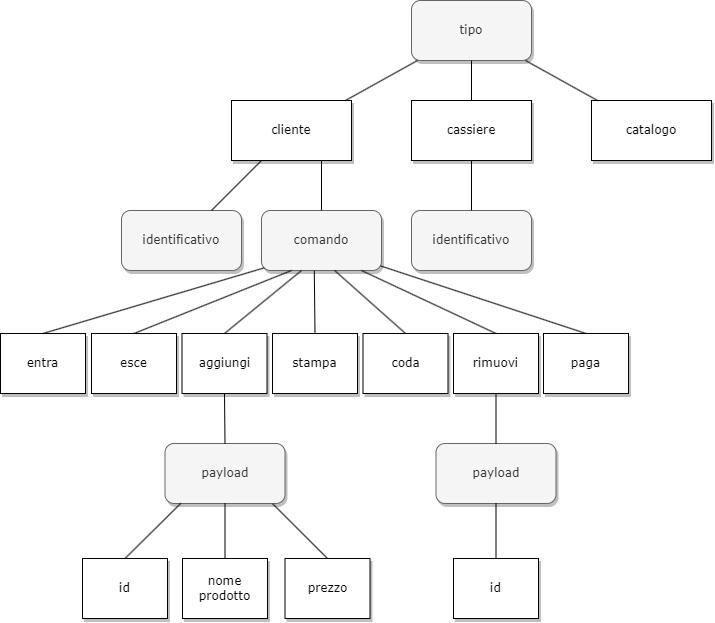
Above: Documentazione/images/parser.png in davide-dipierro/Progetto-Laboratorio-di-Sistemi-Operativi (draw.io), before the change. Source tidied: cells renumbered, new cells last; positions are measured from the earlier drawing's top-left corner, leaving out a move shared by most shapes.
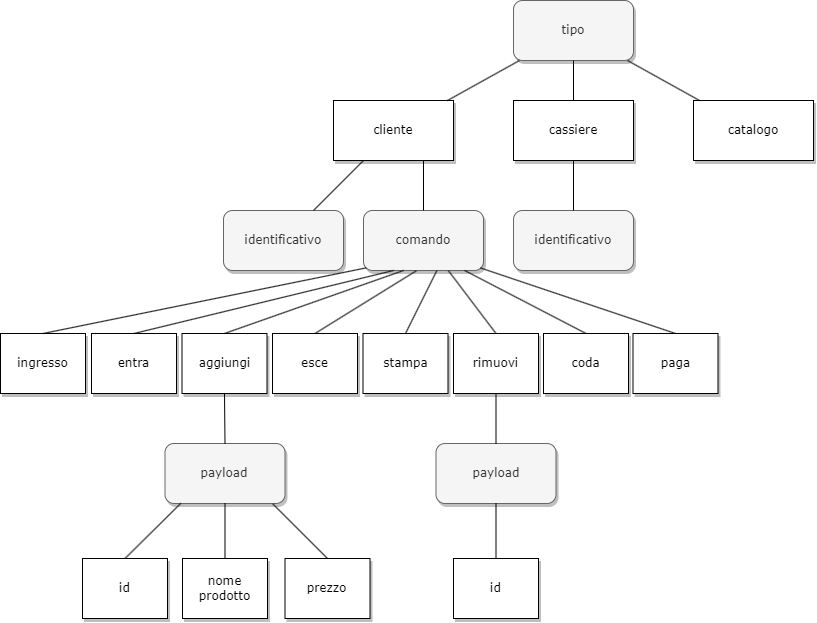
After the change.

What changed in the source:
```diff
@@ -3,13 +3,13 @@
     <mxCell id="0" />
     <mxCell id="1" parent="0" />
     <mxCell id="2" value="tipo" style="whiteSpace=wrap;html=1;rounded=1;shadow=1;labelBackgroundColor=none;strokeWidth=1;fontFamily=Verdana;fontSize=12;align=center;fillColor=#f5f5f5;strokeColor=#666666;fontColor=#333333;glass=0;" parent="1" vertex="1">
-      <mxGeometry x="411" width="120" height="60" as="geometry" />
+      <mxGeometry x="513" width="120" height="60" as="geometry" />
     </mxCell>
     <mxCell id="3" value="&lt;span&gt;cliente&lt;/span&gt;" style="whiteSpace=wrap;html=1;rounded=0;shadow=1;labelBackgroundColor=none;strokeWidth=1;fontFamily=Verdana;fontSize=12;align=center;glass=0;gradientColor=none;" parent="1" vertex="1">
-      <mxGeometry x="231" y="100" width="120" height="60" as="geometry" />
+      <mxGeometry x="333" y="100" width="120" height="60" as="geometry" />
     </mxCell>
     <mxCell id="4" value="&lt;span&gt;cassiere&lt;/span&gt;" style="whiteSpace=wrap;html=1;rounded=0;shadow=1;labelBackgroundColor=none;strokeWidth=1;fontFamily=Verdana;fontSize=12;align=center;" parent="1" vertex="1">
-      <mxGeometry x="411" y="100" width="120" height="60" as="geometry" />
+      <mxGeometry x="513" y="100" width="120" height="60" as="geometry" />
     </mxCell>
     <mxCell id="5" style="rounded=0;html=1;labelBackgroundColor=none;startArrow=none;startFill=0;startSize=5;endArrow=none;endFill=0;endSize=5;jettySize=auto;strokeWidth=1;fontFamily=Verdana;fontSize=12;" parent="1" edge="1" source="2" target="4">
       <mxGeometry x="-0.3" y="13" relative="1" as="geometry" />
@@ -18,30 +18,30 @@
       <mxGeometry x="-0.36" y="-11" relative="1" as="geometry" />
     </mxCell>
     <mxCell id="7" value="&lt;span&gt;identificativo&lt;/span&gt;" style="whiteSpace=wrap;html=1;rounded=1;shadow=1;labelBackgroundColor=none;strokeWidth=1;fontFamily=Verdana;fontSize=12;align=center;fillColor=#f5f5f5;strokeColor=#666666;fontColor=#333333;glass=0;" parent="1" vertex="1">
-      <mxGeometry x="121" y="210" width="120" height="60" as="geometry" />
+      <mxGeometry x="223" y="210" width="120" height="60" as="geometry" />
     </mxCell>
     <mxCell id="8" style="rounded=0;html=1;labelBackgroundColor=none;startArrow=none;startFill=0;startSize=5;endArrow=none;endFill=0;endSize=5;jettySize=auto;strokeWidth=1;fontFamily=Verdana;fontSize=12;" parent="1" edge="1" source="3" target="7">
       <mxGeometry x="-0.2" y="-14" relative="1" as="geometry" />
     </mxCell>
     <mxCell id="9" value="&lt;span&gt;catalogo&lt;/span&gt;" style="whiteSpace=wrap;html=1;rounded=0;shadow=1;labelBackgroundColor=none;strokeWidth=1;fontFamily=Verdana;fontSize=12;align=center;" parent="1" vertex="1">
-      <mxGeometry x="591" y="100" width="120" height="60" as="geometry" />
+      <mxGeometry x="693" y="100" width="120" height="60" as="geometry" />
     </mxCell>
     <mxCell id="10" style="rounded=0;html=1;labelBackgroundColor=none;startArrow=none;startFill=0;startSize=5;endArrow=none;endFill=0;endSize=5;jettySize=auto;strokeWidth=1;fontFamily=Verdana;fontSize=12;" parent="1" edge="1" source="2" target="9">
       <mxGeometry x="-0.3" y="13" relative="1" as="geometry" />
     </mxCell>
     <mxCell id="11" value="&lt;span&gt;comando&lt;/span&gt;" style="whiteSpace=wrap;html=1;rounded=1;shadow=1;labelBackgroundColor=none;strokeWidth=1;fontFamily=Verdana;fontSize=12;align=center;fillColor=#f5f5f5;strokeColor=#666666;fontColor=#333333;glass=0;" parent="1" vertex="1">
-      <mxGeometry x="261" y="210" width="120" height="60" as="geometry" />
+      <mxGeometry x="363" y="210" width="120" height="60" as="geometry" />
     </mxCell>
     <mxCell id="12" style="rounded=0;html=1;labelBackgroundColor=none;startArrow=none;startFill=0;startSize=5;endArrow=none;endFill=0;endSize=5;jettySize=auto;strokeWidth=1;fontFamily=Verdana;fontSize=12;exitX=0.75;exitY=1;exitDx=0;exitDy=0;entryX=0.5;entryY=0;entryDx=0;entryDy=0;" parent="1" edge="1" source="3" target="11">
       <mxGeometry x="-0.2" y="-14" relative="1" as="geometry" />
     </mxCell>
     <mxCell id="13" value="&lt;span&gt;identificativo&lt;/span&gt;" style="whiteSpace=wrap;html=1;rounded=1;shadow=1;labelBackgroundColor=none;strokeWidth=1;fontFamily=Verdana;fontSize=12;align=center;fillColor=#f5f5f5;strokeColor=#666666;fontColor=#333333;glass=0;" parent="1" vertex="1">
-      <mxGeometry x="411" y="210" width="120" height="60" as="geometry" />
+      <mxGeometry x="513" y="210" width="120" height="60" as="geometry" />
     </mxCell>
     <mxCell id="14" style="rounded=0;html=1;labelBackgroundColor=none;startArrow=none;startFill=0;startSize=5;endArrow=none;endFill=0;endSize=5;jettySize=auto;strokeWidth=1;fontFamily=Verdana;fontSize=12;entryX=0.5;entryY=0;entryDx=0;entryDy=0;exitX=0.5;exitY=1;exitDx=0;exitDy=0;" parent="1" edge="1" source="4" target="13">
       <mxGeometry x="-0.2" y="-14" relative="1" as="geometry" />
     </mxCell>
-    <mxCell id="15" value="&lt;span&gt;entra&lt;/span&gt;" style="whiteSpace=wrap;html=1;rounded=0;shadow=1;labelBackgroundColor=none;strokeWidth=1;fontFamily=Verdana;fontSize=12;align=center;" parent="1" vertex="1">
+    <mxCell id="15" value="&lt;span&gt;ingresso&lt;/span&gt;" style="whiteSpace=wrap;html=1;rounded=0;shadow=1;labelBackgroundColor=none;strokeWidth=1;fontFamily=Verdana;fontSize=12;align=center;" parent="1" vertex="1">
       <mxGeometry y="333" width="85" height="60" as="geometry" />
     </mxCell>
     <mxCell id="16" style="rounded=0;html=1;labelBackgroundColor=none;startArrow=none;startFill=0;startSize=5;endArrow=none;endFill=0;endSize=5;jettySize=auto;strokeWidth=1;fontFamily=Verdana;fontSize=12;entryX=0.5;entryY=0;entryDx=0;entryDy=0;exitX=0.023;exitY=0.956;exitDx=0;exitDy=0;exitPerimeter=0;" parent="1" edge="1" source="11" target="15">
@@ -50,12 +50,12 @@
     <mxCell id="17" style="rounded=0;html=1;labelBackgroundColor=none;startArrow=none;startFill=0;startSize=5;endArrow=none;endFill=0;endSize=5;jettySize=auto;strokeWidth=1;fontFamily=Verdana;fontSize=12;exitX=0.25;exitY=1;exitDx=0;exitDy=0;entryX=0.5;entryY=0;entryDx=0;entryDy=0;" parent="1" edge="1" source="11" target="18">
       <mxGeometry x="-0.2" y="-14" relative="1" as="geometry" />
     </mxCell>
-    <mxCell id="18" value="&lt;span&gt;esce&lt;/span&gt;" style="whiteSpace=wrap;html=1;rounded=0;shadow=1;labelBackgroundColor=none;strokeWidth=1;fontFamily=Verdana;fontSize=12;align=center;" parent="1" vertex="1">
+    <mxCell id="18" value="&lt;span&gt;entra&lt;/span&gt;" style="whiteSpace=wrap;html=1;rounded=0;shadow=1;labelBackgroundColor=none;strokeWidth=1;fontFamily=Verdana;fontSize=12;align=center;" parent="1" vertex="1">
       <mxGeometry x="91" y="333" width="85" height="60" as="geometry" />
     </mxCell>
     <mxCell id="19" style="rounded=0;html=1;labelBackgroundColor=none;startArrow=none;startFill=0;startSize=5;endArrow=none;endFill=0;endSize=5;jettySize=auto;strokeWidth=1;fontFamily=Verdana;fontSize=12;entryX=0.5;entryY=0;entryDx=0;entryDy=0;" parent="1" edge="1" target="20">
       <mxGeometry x="-0.2" y="-14" relative="1" as="geometry">
-        <mxPoint x="301" y="270" as="sourcePoint" />
+        <mxPoint x="403" y="270" as="sourcePoint" />
       </mxGeometry>
     </mxCell>
     <mxCell id="20" value="&lt;span&gt;aggiungi&lt;/span&gt;" style="whiteSpace=wrap;html=1;rounded=0;shadow=1;labelBackgroundColor=none;strokeWidth=1;fontFamily=Verdana;fontSize=12;align=center;" parent="1" vertex="1">
@@ -70,7 +70,7 @@
     <mxCell id="23" style="rounded=0;html=1;labelBackgroundColor=none;startArrow=none;startFill=0;startSize=5;endArrow=none;endFill=0;endSize=5;jettySize=auto;strokeWidth=1;fontFamily=Verdana;fontSize=12;entryX=0.5;entryY=0;entryDx=0;entryDy=0;exitX=0.44;exitY=1.005;exitDx=0;exitDy=0;exitPerimeter=0;" parent="1" edge="1" source="11" target="24">
       <mxGeometry x="-0.2" y="-14" relative="1" as="geometry" />
     </mxCell>
-    <mxCell id="24" value="&lt;span&gt;stampa&lt;/span&gt;" style="whiteSpace=wrap;html=1;rounded=0;shadow=1;labelBackgroundColor=none;strokeWidth=1;fontFamily=Verdana;fontSize=12;align=center;" parent="1" vertex="1">
+    <mxCell id="24" value="&lt;span&gt;esce&lt;/span&gt;" style="whiteSpace=wrap;html=1;rounded=0;shadow=1;labelBackgroundColor=none;strokeWidth=1;fontFamily=Verdana;fontSize=12;align=center;" parent="1" vertex="1">
       <mxGeometry x="272" y="333" width="85" height="60" as="geometry" />
     </mxCell>
     <mxCell id="25" style="rounded=0;html=1;labelBackgroundColor=none;startArrow=none;startFill=0;startSize=5;endArrow=none;endFill=0;endSize=5;jettySize=auto;strokeWidth=1;fontFamily=Verdana;fontSize=12;entryX=0.5;entryY=0;entryDx=0;entryDy=0;exitX=0.132;exitY=0.997;exitDx=0;exitDy=0;exitPerimeter=0;" parent="1" edge="1" source="21" target="26">
@@ -94,21 +94,19 @@
     <mxCell id="31" style="rounded=0;html=1;labelBackgroundColor=none;startArrow=none;startFill=0;startSize=5;endArrow=none;endFill=0;endSize=5;jettySize=auto;strokeWidth=1;fontFamily=Verdana;fontSize=12;entryX=0.5;entryY=0;entryDx=0;entryDy=0;exitX=0.611;exitY=1.002;exitDx=0;exitDy=0;exitPerimeter=0;" parent="1" edge="1" source="11" target="32">
       <mxGeometry x="-0.2" y="-14" relative="1" as="geometry" />
     </mxCell>
-    <mxCell id="32" value="&lt;span&gt;coda&lt;/span&gt;" style="whiteSpace=wrap;html=1;rounded=0;shadow=1;labelBackgroundColor=none;strokeWidth=1;fontFamily=Verdana;fontSize=12;align=center;" parent="1" vertex="1">
+    <mxCell id="32" value="&lt;span&gt;stampa&lt;/span&gt;" style="whiteSpace=wrap;html=1;rounded=0;shadow=1;labelBackgroundColor=none;strokeWidth=1;fontFamily=Verdana;fontSize=12;align=center;" parent="1" vertex="1">
       <mxGeometry x="362.5" y="333" width="85" height="60" as="geometry" />
     </mxCell>
-    <mxCell id="33" style="rounded=0;html=1;labelBackgroundColor=none;startArrow=none;startFill=0;startSize=5;endArrow=none;endFill=0;endSize=5;jettySize=auto;strokeWidth=1;fontFamily=Verdana;fontSize=12;entryX=0.5;entryY=0;entryDx=0;entryDy=0;" parent="1" edge="1" target="34">
-      <mxGeometry x="-0.2" y="-14" relative="1" as="geometry">
-        <mxPoint x="361" y="270" as="sourcePoint" />
-      </mxGeometry>
+    <mxCell id="33" style="rounded=0;html=1;labelBackgroundColor=none;startArrow=none;startFill=0;startSize=5;endArrow=none;endFill=0;endSize=5;jettySize=auto;strokeWidth=1;fontFamily=Verdana;fontSize=12;entryX=0.5;entryY=0;entryDx=0;entryDy=0;exitX=0.708;exitY=1.004;exitDx=0;exitDy=0;exitPerimeter=0;" parent="1" edge="1" source="11" target="34">
+      <mxGeometry x="-0.2" y="-14" relative="1" as="geometry" />
     </mxCell>
     <mxCell id="34" value="&lt;span&gt;rimuovi&lt;/span&gt;" style="whiteSpace=wrap;html=1;rounded=0;shadow=1;labelBackgroundColor=none;strokeWidth=1;fontFamily=Verdana;fontSize=12;align=center;" parent="1" vertex="1">
       <mxGeometry x="453" y="333" width="85" height="60" as="geometry" />
     </mxCell>
-    <mxCell id="35" style="rounded=0;html=1;labelBackgroundColor=none;startArrow=none;startFill=0;startSize=5;endArrow=none;endFill=0;endSize=5;jettySize=auto;strokeWidth=1;fontFamily=Verdana;fontSize=12;entryX=0.5;entryY=0;entryDx=0;entryDy=0;exitX=0.994;exitY=0.925;exitDx=0;exitDy=0;exitPerimeter=0;" parent="1" edge="1" source="11" target="36">
+    <mxCell id="35" style="rounded=0;html=1;labelBackgroundColor=none;startArrow=none;startFill=0;startSize=5;endArrow=none;endFill=0;endSize=5;jettySize=auto;strokeWidth=1;fontFamily=Verdana;fontSize=12;entryX=0.5;entryY=0;entryDx=0;entryDy=0;exitX=0.843;exitY=1;exitDx=0;exitDy=0;exitPerimeter=0;" parent="1" edge="1" source="11" target="36">
       <mxGeometry x="-0.2" y="-14" relative="1" as="geometry" />
     </mxCell>
-    <mxCell id="36" value="&lt;span&gt;paga&lt;/span&gt;" style="whiteSpace=wrap;html=1;rounded=0;shadow=1;labelBackgroundColor=none;strokeWidth=1;fontFamily=Verdana;fontSize=12;align=center;" parent="1" vertex="1">
+    <mxCell id="36" value="coda" style="whiteSpace=wrap;html=1;rounded=0;shadow=1;labelBackgroundColor=none;strokeWidth=1;fontFamily=Verdana;fontSize=12;align=center;" parent="1" vertex="1">
       <mxGeometry x="543" y="333" width="85" height="60" as="geometry" />
     </mxCell>
     <mxCell id="37" value="&lt;span&gt;payload&lt;/span&gt;" style="whiteSpace=wrap;html=1;rounded=1;shadow=1;labelBackgroundColor=none;strokeWidth=1;fontFamily=Verdana;fontSize=12;align=center;fillColor=#f5f5f5;strokeColor=#666666;fontColor=#333333;glass=0;" parent="1" vertex="1">
@@ -123,5 +121,11 @@
     <mxCell id="40" style="rounded=0;html=1;labelBackgroundColor=none;startArrow=none;startFill=0;startSize=5;endArrow=none;endFill=0;endSize=5;jettySize=auto;strokeWidth=1;fontFamily=Verdana;fontSize=12;exitX=0.5;exitY=1;exitDx=0;exitDy=0;entryX=0.5;entryY=0;entryDx=0;entryDy=0;" parent="1" edge="1" source="34" target="37">
       <mxGeometry x="-0.2" y="-14" relative="1" as="geometry" />
     </mxCell>
+    <mxCell id="41" style="rounded=0;html=1;labelBackgroundColor=none;startArrow=none;startFill=0;startSize=5;endArrow=none;endFill=0;endSize=5;jettySize=auto;strokeWidth=1;fontFamily=Verdana;fontSize=12;entryX=0.5;entryY=0;entryDx=0;entryDy=0;exitX=0.974;exitY=0.957;exitDx=0;exitDy=0;exitPerimeter=0;" parent="1" edge="1" source="11" target="42">
+      <mxGeometry x="-0.2" y="-14" relative="1" as="geometry" />
+    </mxCell>
+    <mxCell id="42" value="&lt;span&gt;paga&lt;/span&gt;" style="whiteSpace=wrap;html=1;rounded=0;shadow=1;labelBackgroundColor=none;strokeWidth=1;fontFamily=Verdana;fontSize=12;align=center;" parent="1" vertex="1">
+      <mxGeometry x="632.5" y="333" width="85" height="60" as="geometry" />
+    </mxCell>
   </root>
 </mxGraphModel>
```
